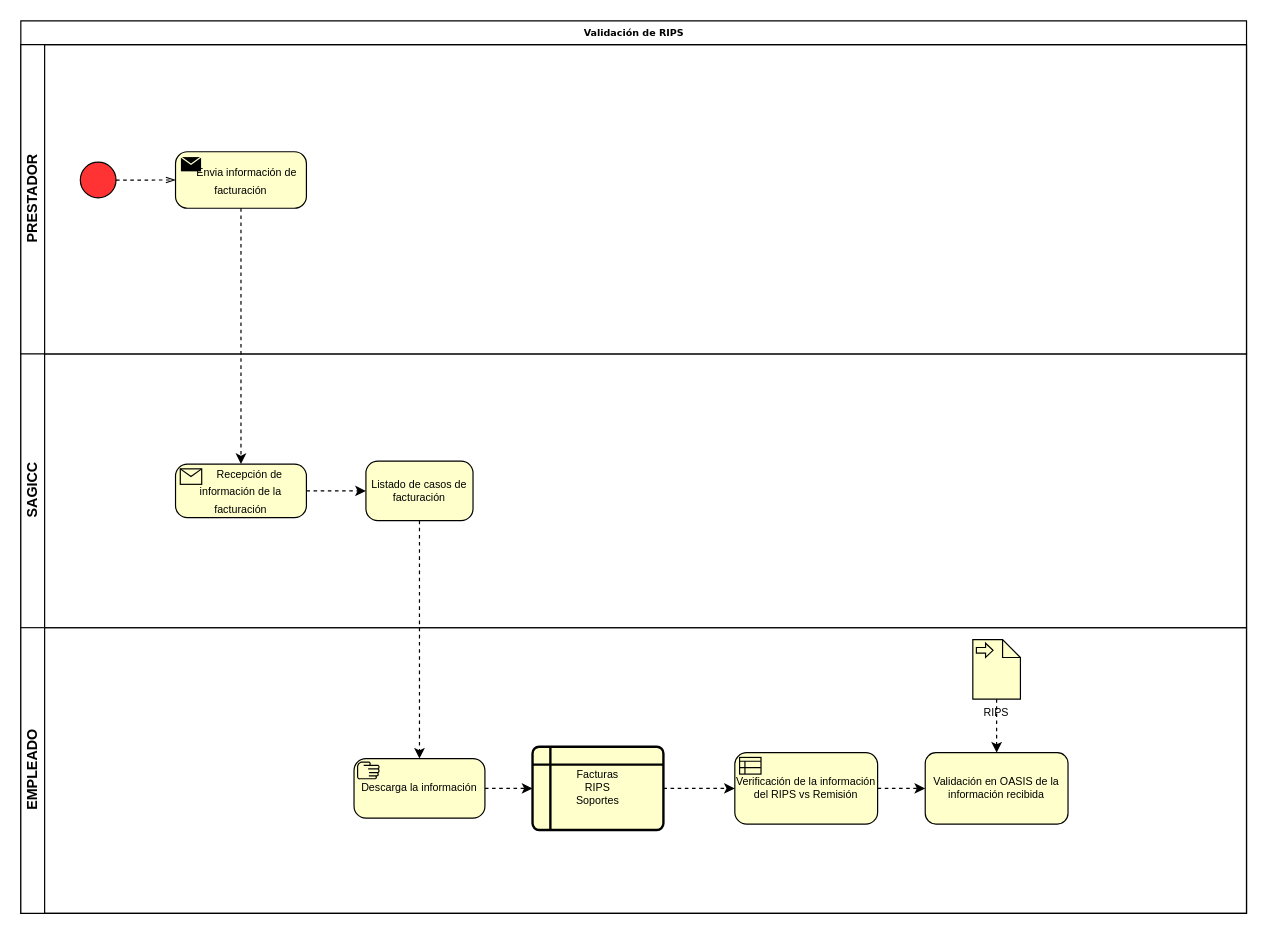
Before: page "Recepción de RIPS" (1 of 2) of Diagrama sin título.drawio in kevinjporto/Diagramas-de-procesos, a draw.io diagram. Source tidied: cells renumbered, new cells numbered last; positions are measured from the earlier drawing's top-left corner, leaving out a move shared by most shapes. Both pictures are drawn from the tidied source at 119%, with x=0, y=0 at pixel (20, 20).
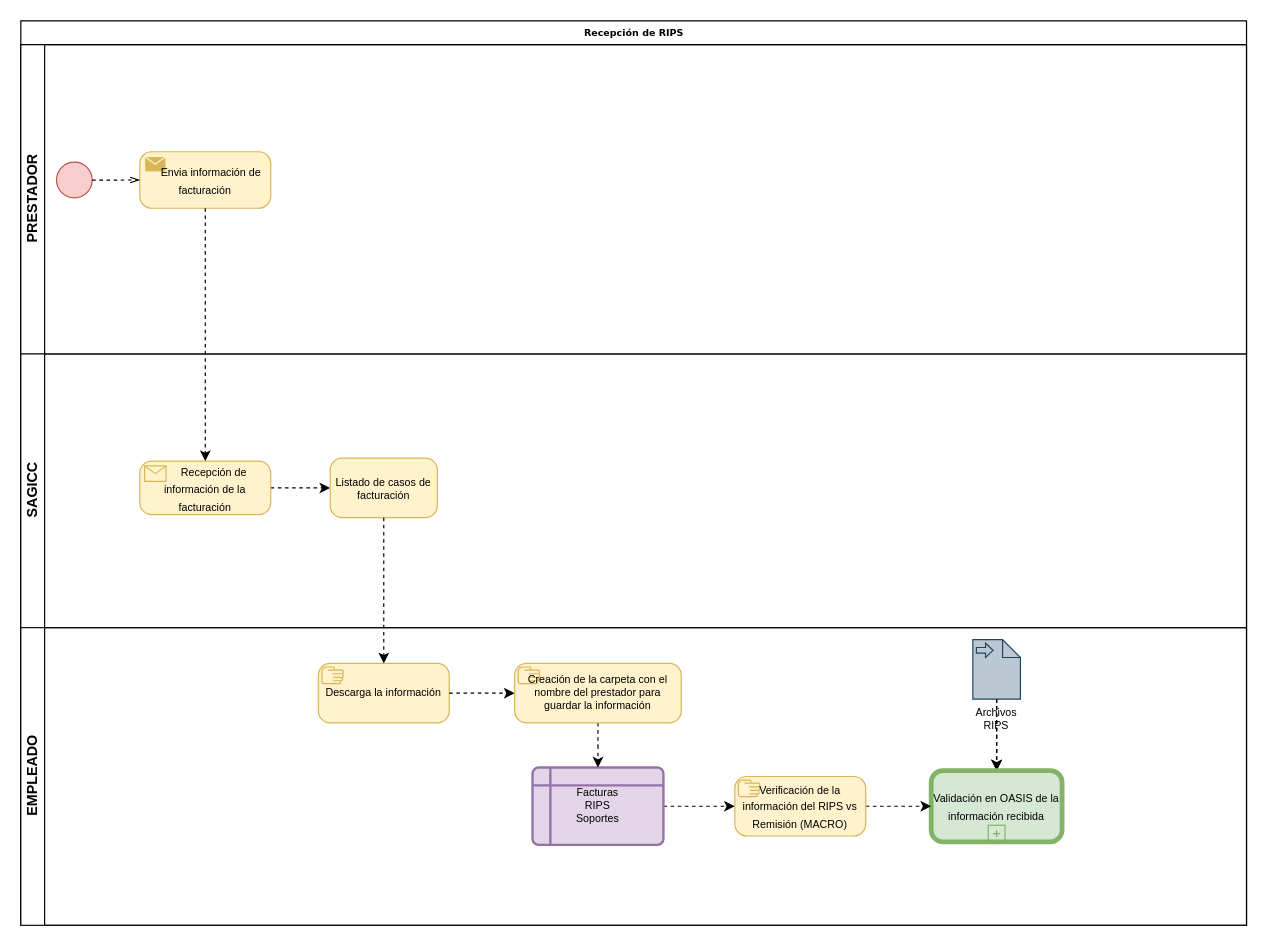
After the change.

Unchanged cells that the change refers to:
```xml
<mxCell id="3" value="PRESTADOR" style="swimlane;html=1;startSize=20;horizontal=0;" parent="2" vertex="1">
  <mxGeometry y="20" width="1030" height="260" as="geometry" />
</mxCell>
<mxCell id="7" value="SAGICC" style="swimlane;html=1;startSize=20;horizontal=0;" parent="2" vertex="1">
  <mxGeometry y="280" width="1030" height="230" as="geometry" />
</mxCell>
```

What changed in the source:
```diff
@@
-    <mxCell id="2" value="Validación de RIPS" style="swimlane;html=1;horizontal=1;startSize=20;rounded=0;shadow=0;labelBackgroundColor=none;strokeWidth=1;fontFamily=Verdana;fontSize=8;align=center;" parent="1" vertex="1">
-      <mxGeometry width="1030" height="750" as="geometry" />
+    <mxCell id="2" value="Recepción de RIPS" style="swimlane;html=1;horizontal=1;startSize=20;rounded=0;shadow=0;labelBackgroundColor=none;strokeWidth=1;fontFamily=Verdana;fontSize=8;align=center;" parent="1" vertex="1">
+      <mxGeometry width="1030" height="760" as="geometry" />
     </mxCell>
@@
-    <mxCell id="4" style="ellipse;whiteSpace=wrap;html=1;rounded=0;shadow=0;labelBackgroundColor=none;strokeWidth=1;fontFamily=Verdana;fontSize=8;align=center;fillColor=#FF3333;" parent="3" vertex="1">
-      <mxGeometry x="50" y="98.8" width="30" height="30" as="geometry" />
+    <mxCell id="4" style="ellipse;whiteSpace=wrap;html=1;rounded=0;shadow=0;labelBackgroundColor=none;strokeWidth=1;fontFamily=Verdana;fontSize=8;align=center;fillColor=#f8cecc;strokeColor=#b85450;" parent="3" vertex="1">
+      <mxGeometry x="30" y="98.8" width="30" height="30" as="geometry" />
     </mxCell>
-    <mxCell id="5" value="&lt;font style=&quot;font-size: 9px;&quot;&gt;&amp;nbsp; &amp;nbsp;&lt;span style=&quot;white-space: pre;&quot;&gt; &lt;/span&gt;Envia información de facturación&lt;/font&gt;" style="points=[[0.25,0,0],[0.5,0,0],[0.75,0,0],[1,0.25,0],[1,0.5,0],[1,0.75,0],[0.75,1,0],[0.5,1,0],[0.25,1,0],[0,0.75,0],[0,0.5,0],[0,0.25,0]];shape=mxgraph.bpmn.task;whiteSpace=wrap;rectStyle=rounded;size=10;html=1;taskMarker=send;fillColor=#FFFFCC;" parent="3" vertex="1">
-      <mxGeometry x="130" y="90" width="110" height="47.5" as="geometry" />
+    <mxCell id="5" value="&lt;font style=&quot;font-size: 9px;&quot;&gt;&amp;nbsp; &amp;nbsp;&lt;span style=&quot;white-space: pre;&quot;&gt; &lt;/span&gt;Envia información de facturación&lt;/font&gt;" style="points=[[0.25,0,0],[0.5,0,0],[0.75,0,0],[1,0.25,0],[1,0.5,0],[1,0.75,0],[0.75,1,0],[0.5,1,0],[0.25,1,0],[0,0.75,0],[0,0.5,0],[0,0.25,0]];shape=mxgraph.bpmn.task;whiteSpace=wrap;rectStyle=rounded;size=10;html=1;taskMarker=send;fillColor=#fff2cc;strokeColor=#d6b656;" parent="3" vertex="1">
+      <mxGeometry x="100" y="90" width="110" height="47.5" as="geometry" />
     </mxCell>
@@
-    <mxCell id="9" value="&lt;font style=&quot;font-size: 9px;&quot;&gt;&amp;nbsp; &amp;nbsp; &amp;nbsp; Recepción de información de la facturación&lt;/font&gt;" style="points=[[0.25,0,0],[0.5,0,0],[0.75,0,0],[1,0.25,0],[1,0.5,0],[1,0.75,0],[0.75,1,0],[0.5,1,0],[0.25,1,0],[0,0.75,0],[0,0.5,0],[0,0.25,0]];shape=mxgraph.bpmn.task;whiteSpace=wrap;rectStyle=rounded;size=10;html=1;taskMarker=receive;fillColor=#FFFFCC;" parent="7" vertex="1">
-      <mxGeometry x="130" y="92.5" width="110" height="45" as="geometry" />
+    <mxCell id="9" value="&lt;font style=&quot;font-size: 9px;&quot;&gt;&amp;nbsp; &amp;nbsp; &amp;nbsp; Recepción de información de la facturación&lt;/font&gt;" style="points=[[0.25,0,0],[0.5,0,0],[0.75,0,0],[1,0.25,0],[1,0.5,0],[1,0.75,0],[0.75,1,0],[0.5,1,0],[0.25,1,0],[0,0.75,0],[0,0.5,0],[0,0.25,0]];shape=mxgraph.bpmn.task;whiteSpace=wrap;rectStyle=rounded;size=10;html=1;taskMarker=receive;fillColor=#fff2cc;strokeColor=#d6b656;" parent="7" vertex="1">
+      <mxGeometry x="100" y="90" width="110" height="45" as="geometry" />
     </mxCell>
-    <mxCell id="10" style="edgeStyle=orthogonalEdgeStyle;rounded=0;jettySize=auto;html=1;exitX=0.75;exitY=1;exitDx=0;exitDy=0;exitPerimeter=0;dashed=1;fontSize=9;" parent="7" edge="1" source="11">
-      <mxGeometry relative="1" as="geometry">
-        <mxPoint x="358" y="120" as="targetPoint" />
-      </mxGeometry>
-    </mxCell>
-    <mxCell id="11" value="Listado de casos de facturación" style="points=[[0.25,0,0],[0.5,0,0],[0.75,0,0],[1,0.25,0],[1,0.5,0],[1,0.75,0],[0.75,1,0],[0.5,1,0],[0.25,1,0],[0,0.75,0],[0,0.5,0],[0,0.25,0]];shape=mxgraph.bpmn.task;whiteSpace=wrap;rectStyle=rounded;size=10;html=1;taskMarker=abstract;fontSize=9;fillColor=#FFFFCC;" parent="7" vertex="1">
-      <mxGeometry x="290" y="90" width="90" height="50" as="geometry" />
+    <mxCell id="11" value="Listado de casos de facturación" style="points=[[0.25,0,0],[0.5,0,0],[0.75,0,0],[1,0.25,0],[1,0.5,0],[1,0.75,0],[0.75,1,0],[0.5,1,0],[0.25,1,0],[0,0.75,0],[0,0.5,0],[0,0.25,0]];shape=mxgraph.bpmn.task;whiteSpace=wrap;rectStyle=rounded;size=10;html=1;taskMarker=abstract;fontSize=9;fillColor=#fff2cc;strokeColor=#d6b656;" parent="7" vertex="1">
+      <mxGeometry x="260" y="87.5" width="90" height="50" as="geometry" />
     </mxCell>
     <mxCell id="12" value="EMPLEADO" style="swimlane;html=1;startSize=20;horizontal=0;" parent="2" vertex="1">
-      <mxGeometry y="510" width="1030" height="240" as="geometry" />
+      <mxGeometry y="510" width="1030" height="250" as="geometry" />
     </mxCell>
-    <mxCell id="13" value="Descarga la información" style="points=[[0.25,0,0],[0.5,0,0],[0.75,0,0],[1,0.25,0],[1,0.5,0],[1,0.75,0],[0.75,1,0],[0.5,1,0],[0.25,1,0],[0,0.75,0],[0,0.5,0],[0,0.25,0]];shape=mxgraph.bpmn.task;whiteSpace=wrap;rectStyle=rounded;size=10;html=1;taskMarker=manual;fontSize=9;fillColor=#FFFFCC;" parent="12" vertex="1">
-      <mxGeometry x="280" y="110" width="110" height="50" as="geometry" />
+    <mxCell id="13" value="Descarga la información" style="points=[[0.25,0,0],[0.5,0,0],[0.75,0,0],[1,0.25,0],[1,0.5,0],[1,0.75,0],[0.75,1,0],[0.5,1,0],[0.25,1,0],[0,0.75,0],[0,0.5,0],[0,0.25,0]];shape=mxgraph.bpmn.task;whiteSpace=wrap;rectStyle=rounded;size=10;html=1;taskMarker=manual;fontSize=9;fillColor=#fff2cc;strokeColor=#d6b656;" parent="12" vertex="1">
+      <mxGeometry x="250" y="30" width="110" height="50" as="geometry" />
     </mxCell>
-    <mxCell id="14" style="edgeStyle=orthogonalEdgeStyle;rounded=0;jettySize=auto;html=1;entryX=0;entryY=0.5;entryDx=0;entryDy=0;entryPerimeter=0;dashed=1;fontSize=9;" parent="12" edge="1" source="15" target="18">
+    <mxCell id="14" style="edgeStyle=orthogonalEdgeStyle;rounded=0;jettySize=auto;html=1;dashed=1;fontSize=9;exitX=1;exitY=0.5;exitDx=0;exitDy=0;entryX=0;entryY=0.5;entryDx=0;entryDy=0;entryPerimeter=0;" parent="12" edge="1" source="15" target="29">
       <mxGeometry relative="1" as="geometry" />
     </mxCell>
-    <mxCell id="15" value="Facturas&lt;br&gt;RIPS&lt;br&gt;Soportes" style="shape=internalStorage;whiteSpace=wrap;html=1;dx=15;dy=15;rounded=1;arcSize=8;strokeWidth=2;fontSize=9;fillColor=#FFFFCC;" parent="12" vertex="1">
-      <mxGeometry x="430" y="100" width="110" height="70" as="geometry" />
+    <mxCell id="15" value="Facturas&lt;br&gt;RIPS&lt;br&gt;Soportes" style="shape=internalStorage;whiteSpace=wrap;html=1;dx=15;dy=15;rounded=1;arcSize=8;strokeWidth=2;fontSize=9;fillColor=#e1d5e7;strokeColor=#9673a6;" parent="12" vertex="1">
+      <mxGeometry x="430" y="117.5" width="110" height="65" as="geometry" />
     </mxCell>
-    <mxCell id="16" style="edgeStyle=orthogonalEdgeStyle;rounded=0;jettySize=auto;html=1;dashed=1;fontSize=9;" parent="12" edge="1" source="13" target="15">
+    <mxCell id="16" style="edgeStyle=orthogonalEdgeStyle;rounded=0;jettySize=auto;html=1;dashed=1;fontSize=9;entryX=0;entryY=0.5;entryDx=0;entryDy=0;entryPerimeter=0;" parent="12" edge="1" source="13" target="27">
       <mxGeometry relative="1" as="geometry" />
     </mxCell>
-    <mxCell id="17" style="edgeStyle=orthogonalEdgeStyle;rounded=0;jettySize=auto;html=1;exitX=1;exitY=0.5;exitDx=0;exitDy=0;exitPerimeter=0;entryX=0;entryY=0.5;entryDx=0;entryDy=0;dashed=1;fontSize=9;" parent="12" edge="1" source="18" target="19">
-      <mxGeometry relative="1" as="geometry" />
-    </mxCell>
-    <mxCell id="18" value="Verificación de la información del RIPS vs Remisión" style="points=[[0.25,0,0],[0.5,0,0],[0.75,0,0],[1,0.25,0],[1,0.5,0],[1,0.75,0],[0.75,1,0],[0.5,1,0],[0.25,1,0],[0,0.75,0],[0,0.5,0],[0,0.25,0]];shape=mxgraph.bpmn.task;whiteSpace=wrap;rectStyle=rounded;size=10;html=1;taskMarker=businessRule;fontSize=9;fillColor=#FFFFCC;" parent="12" vertex="1">
-      <mxGeometry x="600" y="105" width="120" height="60" as="geometry" />
-    </mxCell>
-    <mxCell id="19" value="Validación en OASIS de la información recibida" style="rounded=1;whiteSpace=wrap;html=1;fontSize=9;fillColor=#FFFFCC;" parent="12" vertex="1">
-      <mxGeometry x="760" y="105" width="120" height="60" as="geometry" />
-    </mxCell>
+    <mxCell id="24" style="edgeStyle=orthogonalEdgeStyle;rounded=0;jettySize=auto;html=1;dashed=1;fontSize=9;" parent="12" edge="1" source="20" target="19">
+      <mxGeometry relative="1" as="geometry" />
+    </mxCell>
+    <mxCell id="25" style="edgeStyle=orthogonalEdgeStyle;rounded=0;jettySize=auto;html=1;dashed=1;fontSize=9;" parent="12" edge="1" source="20" target="19">
+      <mxGeometry relative="1" as="geometry" />
+    </mxCell>
-    <mxCell id="20" value="RIPS" style="shape=mxgraph.bpmn.data;labelPosition=center;verticalLabelPosition=bottom;align=center;verticalAlign=top;whiteSpace=wrap;size=15;html=1;bpmnTransferType=input;fontSize=9;fillColor=#FFFFCC;" parent="12" vertex="1">
+    <mxCell id="20" value="Archivos RIPS" style="shape=mxgraph.bpmn.data;labelPosition=center;verticalLabelPosition=bottom;align=center;verticalAlign=top;whiteSpace=wrap;size=15;html=1;bpmnTransferType=input;fontSize=9;fillColor=#bac8d3;strokeColor=#23445d;" parent="12" vertex="1">
       <mxGeometry x="800" y="10" width="40" height="50" as="geometry" />
     </mxCell>
-    <mxCell id="21" style="edgeStyle=orthogonalEdgeStyle;rounded=0;jettySize=auto;html=1;entryX=0.5;entryY=0;entryDx=0;entryDy=0;dashed=1;fontSize=9;" parent="12" edge="1" source="20" target="19">
+    <mxCell id="21" style="edgeStyle=orthogonalEdgeStyle;rounded=0;jettySize=auto;html=1;entryX=0.5;entryY=0;entryDx=0;entryDy=0;dashed=1;fontSize=9;entryPerimeter=0;" parent="12" edge="1" source="20" target="19">
       <mxGeometry relative="1" as="geometry" />
     </mxCell>
+    <mxCell id="19" value="&lt;font style=&quot;font-size: 9px;&quot;&gt;Validación en OASIS de la información recibida&lt;/font&gt;" style="points=[[0.25,0,0],[0.5,0,0],[0.75,0,0],[1,0.25,0],[1,0.5,0],[1,0.75,0],[0.75,1,0],[0.5,1,0],[0.25,1,0],[0,0.75,0],[0,0.5,0],[0,0.25,0]];shape=mxgraph.bpmn.task;whiteSpace=wrap;rectStyle=rounded;size=10;html=1;bpmnShapeType=call;isLoopSub=1;fillColor=#d5e8d4;strokeColor=#82b366;" parent="12" vertex="1">
+      <mxGeometry x="765" y="120" width="110" height="60" as="geometry" />
+    </mxCell>
+    <mxCell id="26" style="edgeStyle=orthogonalEdgeStyle;rounded=0;jettySize=auto;html=1;entryX=0.5;entryY=0;entryDx=0;entryDy=0;dashed=1;fontSize=9;" parent="12" edge="1" source="27" target="15">
+      <mxGeometry relative="1" as="geometry" />
+    </mxCell>
+    <mxCell id="27" value="Creación de la carpeta con el nombre del prestador para guardar la información" style="points=[[0.25,0,0],[0.5,0,0],[0.75,0,0],[1,0.25,0],[1,0.5,0],[1,0.75,0],[0.75,1,0],[0.5,1,0],[0.25,1,0],[0,0.75,0],[0,0.5,0],[0,0.25,0]];shape=mxgraph.bpmn.task;whiteSpace=wrap;rectStyle=rounded;size=10;html=1;taskMarker=manual;fontSize=9;fillColor=#fff2cc;strokeColor=#d6b656;" parent="12" vertex="1">
+      <mxGeometry x="415" y="30" width="140" height="50" as="geometry" />
+    </mxCell>
+    <mxCell id="28" style="edgeStyle=orthogonalEdgeStyle;rounded=0;jettySize=auto;html=1;fontSize=9;exitX=1;exitY=0.5;exitDx=0;exitDy=0;exitPerimeter=0;dashed=1;" parent="12" edge="1" source="29" target="19">
+      <mxGeometry relative="1" as="geometry" />
+    </mxCell>
+    <mxCell id="29" value="&lt;font style=&quot;font-size: 9px;&quot;&gt;Verificación de la información del RIPS vs Remisión (MACRO)&lt;/font&gt;" style="points=[[0.25,0,0],[0.5,0,0],[0.75,0,0],[1,0.25,0],[1,0.5,0],[1,0.75,0],[0.75,1,0],[0.5,1,0],[0.25,1,0],[0,0.75,0],[0,0.5,0],[0,0.25,0]];shape=mxgraph.bpmn.task;whiteSpace=wrap;rectStyle=rounded;size=10;html=1;taskMarker=manual;fillColor=#fff2cc;strokeColor=#d6b656;" parent="12" vertex="1">
+      <mxGeometry x="600" y="125" width="110" height="50" as="geometry" />
+    </mxCell>
```
